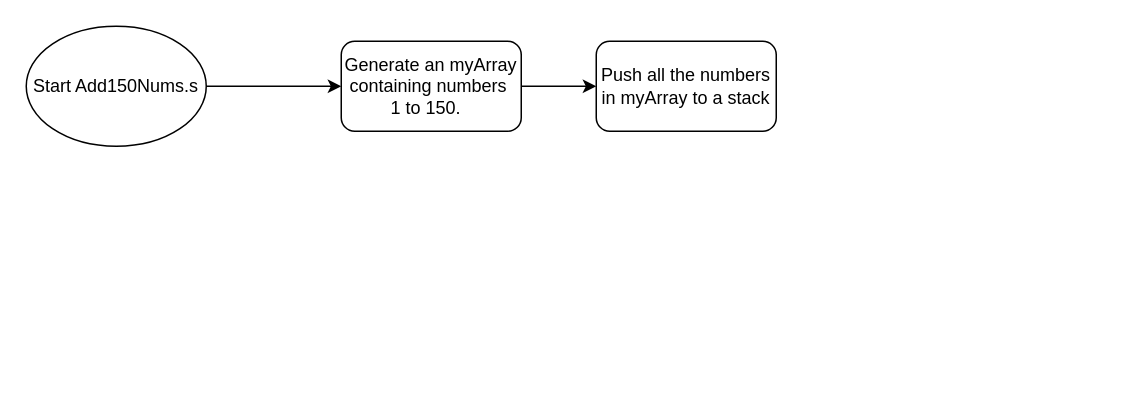
The draw.io diagram ECE 255/Add150NumbersFlowChart.drawio in amirabdullahi1/gold, before the edit. Source tidied: cells renumbered, new cells numbered last; positions are measured from the earlier drawing's top-left corner, leaving out a move shared by most shapes. Both pictures are drawn from the tidied source at 150%, with x=0, y=0 at pixel (26, 26).
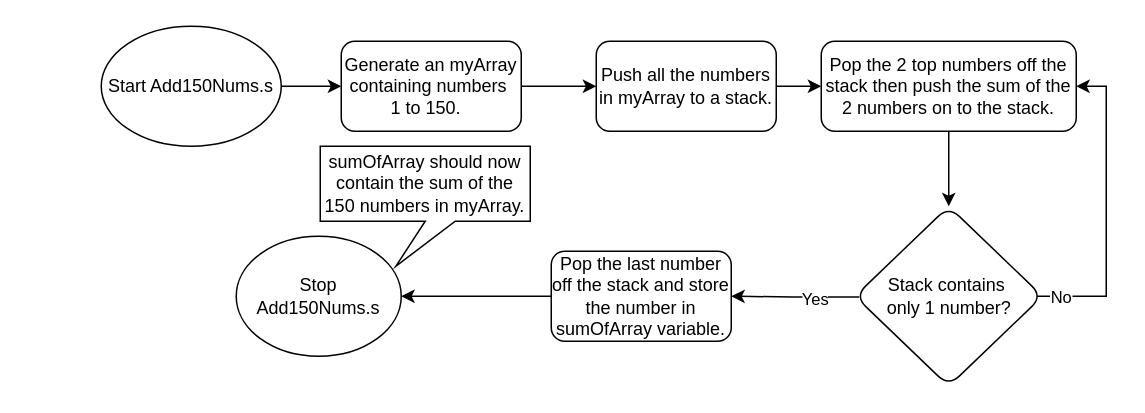
Above is the later version.

Change to the diagram source:
```diff
@@
     <mxCell id="3" value="Start Add150Nums.s" style="ellipse;whiteSpace=wrap;html=1;" parent="1" vertex="1">
-      <mxGeometry width="120" height="80" as="geometry" />
+      <mxGeometry x="50" width="120" height="80" as="geometry" />
     </mxCell>
@@
+    <mxCell id="7" style="edgeStyle=orthogonalEdgeStyle;rounded=0;jettySize=auto;html=1;" parent="1" edge="1" source="6" target="9">
+      <mxGeometry relative="1" as="geometry" />
+    </mxCell>
-    <mxCell id="6" value="Push all the numbers in myArray to a stack" style="rounded=1;whiteSpace=wrap;html=1;" parent="1" vertex="1">
+    <mxCell id="6" value="Push all the numbers in myArray to a stack." style="rounded=1;whiteSpace=wrap;html=1;" parent="1" vertex="1">
       <mxGeometry x="380" y="10" width="120" height="60" as="geometry" />
     </mxCell>
+    <mxCell id="8" style="edgeStyle=orthogonalEdgeStyle;rounded=0;jettySize=auto;html=1;" parent="1" edge="1" source="9" target="14">
+      <mxGeometry relative="1" as="geometry" />
+    </mxCell>
+    <mxCell id="9" value="Pop the 2 top numbers off the stack then push the sum of the 2 numbers on to the stack." style="whiteSpace=wrap;html=1;rounded=1;" parent="1" vertex="1">
+      <mxGeometry x="530" y="10" width="170" height="60" as="geometry" />
+    </mxCell>
+    <mxCell id="10" style="edgeStyle=orthogonalEdgeStyle;rounded=0;jettySize=auto;html=1;entryX=1;entryY=0.5;entryDx=0;entryDy=0;exitX=0.957;exitY=0.512;exitDx=0;exitDy=0;exitPerimeter=0;" parent="1" edge="1" source="14" target="9">
+      <mxGeometry relative="1" as="geometry">
+        <Array as="points">
+          <mxPoint x="672" y="180" />
+          <mxPoint x="720" y="180" />
+          <mxPoint x="720" y="40" />
+        </Array>
+      </mxGeometry>
+    </mxCell>
+    <mxCell id="11" value="No" style="edgeLabel;html=1;align=center;verticalAlign=middle;" parent="10" vertex="1">
+      <mxGeometry x="-0.76" y="1" relative="1" as="geometry">
+        <mxPoint x="-6" y="1" as="offset" />
+      </mxGeometry>
+    </mxCell>
+    <mxCell id="12" style="edgeStyle=orthogonalEdgeStyle;rounded=0;jettySize=auto;html=1;exitX=0.023;exitY=0.504;exitDx=0;exitDy=0;exitPerimeter=0;" parent="1" edge="1" source="14" target="16">
+      <mxGeometry relative="1" as="geometry" />
+    </mxCell>
+    <mxCell id="13" value="Yes" style="edgeLabel;html=1;align=center;verticalAlign=middle;" parent="12" vertex="1">
+      <mxGeometry x="-0.3" y="1" relative="1" as="geometry" />
+    </mxCell>
+    <mxCell id="14" value="Stack contains&amp;nbsp;&lt;div&gt;only&amp;nbsp;&lt;span style=&quot;background-color: initial;&quot;&gt;1&amp;nbsp;&lt;/span&gt;&lt;span style=&quot;background-color: initial;&quot;&gt;number?&lt;/span&gt;&lt;/div&gt;" style="rhombus;whiteSpace=wrap;html=1;rounded=1;" parent="1" vertex="1">
+      <mxGeometry x="552.5" y="120" width="125" height="120" as="geometry" />
+    </mxCell>
+    <mxCell id="15" style="edgeStyle=orthogonalEdgeStyle;rounded=0;jettySize=auto;html=1;" parent="1" edge="1" source="16" target="17">
+      <mxGeometry relative="1" as="geometry" />
+    </mxCell>
+    <mxCell id="16" value="Pop the last number off the stack and store the number in sumOfArray variable." style="whiteSpace=wrap;html=1;rounded=1;" parent="1" vertex="1">
+      <mxGeometry x="350" y="150" width="120" height="60" as="geometry" />
+    </mxCell>
+    <mxCell id="17" value="Stop Add150Nums.s" style="ellipse;whiteSpace=wrap;html=1;rounded=1;" parent="1" vertex="1">
+      <mxGeometry x="140" y="140" width="110" height="80" as="geometry" />
+    </mxCell>
+    <mxCell id="18" value="sumOfArray should now contain the sum of the 150 numbers in myArray." style="shape=callout;whiteSpace=wrap;html=1;perimeter=calloutPerimeter;position2=0.36;" parent="1" vertex="1">
+      <mxGeometry x="196" y="80" width="140" height="80" as="geometry" />
+    </mxCell>
```
